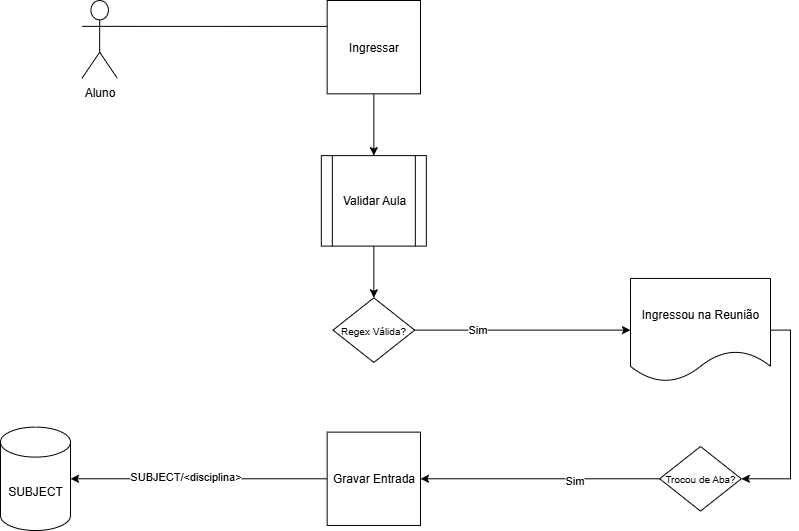
Before: figures/espeon/Monitoring.drawio.png, a diagram exported from draw.io (Manoel-Mieiro/tcc). Source tidied: cells renumbered, new cells last; positions are measured from the earlier drawing's top-left corner, leaving out a move shared by most shapes.
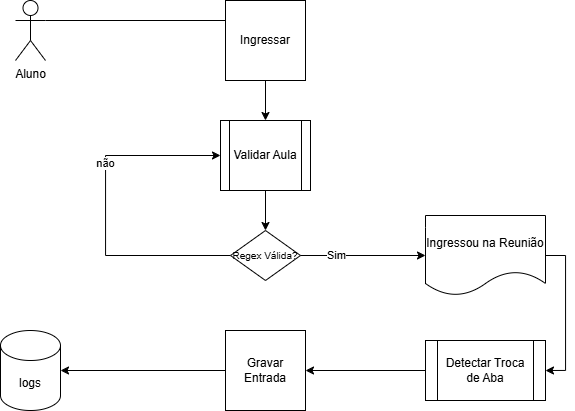
The same file after the commit.

Commit message:
fix: ajustando fluxos condicionais para a figura fig1. close #53

Change to the diagram source:
```diff
@@ -4,44 +4,52 @@
     <mxCell id="1" parent="0" />
     <mxCell id="2" style="edgeStyle=orthogonalEdgeStyle;rounded=0;jettySize=auto;html=1;exitX=1;exitY=0.3333333333333333;exitDx=0;exitDy=0;exitPerimeter=0;entryX=0.5;entryY=0;entryDx=0;entryDy=0;" parent="1" edge="1" source="3">
       <mxGeometry relative="1" as="geometry">
-        <mxPoint x="373.3" y="25.9" as="targetPoint" />
+        <mxPoint x="410" y="110" as="targetPoint" />
       </mxGeometry>
     </mxCell>
     <mxCell id="3" value="Aluno" style="shape=umlActor;verticalLabelPosition=bottom;verticalAlign=top;html=1;outlineConnect=0;" parent="1" vertex="1">
-      <mxGeometry x="81.7" width="35" height="77.6" as="geometry" />
+      <mxGeometry x="160" y="90" width="30" height="60" as="geometry" />
     </mxCell>
-    <mxCell id="4" value="SUBJECT" style="shape=cylinder3;whiteSpace=wrap;html=1;boundedLbl=1;backgroundOutline=1;size=15;" parent="1" vertex="1">
-      <mxGeometry y="426.6" width="70" height="103.4" as="geometry" />
+    <mxCell id="4" value="logs" style="shape=cylinder3;whiteSpace=wrap;html=1;boundedLbl=1;backgroundOutline=1;size=15;" parent="1" vertex="1">
+      <mxGeometry x="145" y="420" width="60" height="80" as="geometry" />
     </mxCell>
+    <mxCell id="20" style="edgeStyle=orthogonalEdgeStyle;rounded=0;jettySize=auto;html=1;exitX=0;exitY=0.5;exitDx=0;exitDy=0;entryX=0;entryY=0.5;entryDx=0;entryDy=0;" parent="1" edge="1" source="5" target="9">
+      <mxGeometry relative="1" as="geometry">
+        <Array as="points">
+          <mxPoint x="250" y="345" />
+          <mxPoint x="250" y="245" />
+        </Array>
+      </mxGeometry>
+    </mxCell>
+    <mxCell id="21" value="não" style="edgeLabel;html=1;align=center;verticalAlign=middle;" parent="20" vertex="1">
+      <mxGeometry x="0.28" y="1" relative="1" as="geometry" />
+    </mxCell>
     <mxCell id="5" value="&lt;font style=&quot;font-size: 10px;&quot;&gt;Regex Válida?&lt;/font&gt;" style="rhombus;whiteSpace=wrap;html=1;" parent="1" vertex="1">
-      <mxGeometry x="332.5" y="297.3" width="81.7" height="64.6" as="geometry" />
+      <mxGeometry x="375" y="320" width="70" height="50" as="geometry" />
     </mxCell>
     <mxCell id="6" style="edgeStyle=orthogonalEdgeStyle;rounded=0;jettySize=auto;html=1;exitX=0.5;exitY=1;exitDx=0;exitDy=0;" parent="1" edge="1" source="7" target="9">
       <mxGeometry relative="1" as="geometry" />
     </mxCell>
     <mxCell id="7" value="Ingressar" style="whiteSpace=wrap;html=1;" parent="1" vertex="1">
-      <mxGeometry x="326.7" width="93.3" height="93.3" as="geometry" />
+      <mxGeometry x="370" y="90" width="80" height="80" as="geometry" />
     </mxCell>
     <mxCell id="8" style="edgeStyle=orthogonalEdgeStyle;rounded=0;jettySize=auto;html=1;exitX=0.5;exitY=1;exitDx=0;exitDy=0;entryX=0.5;entryY=0;entryDx=0;entryDy=0;" parent="1" edge="1" source="9" target="5">
       <mxGeometry relative="1" as="geometry" />
     </mxCell>
     <mxCell id="9" value="Validar Aula" style="shape=process;whiteSpace=wrap;html=1;backgroundOutline=1;" parent="1" vertex="1">
-      <mxGeometry x="320.8" y="155.1" width="105" height="90.5" as="geometry" />
+      <mxGeometry x="365" y="210" width="90" height="70" as="geometry" />
     </mxCell>
     <mxCell id="10" style="edgeStyle=orthogonalEdgeStyle;rounded=0;jettySize=auto;html=1;exitX=0;exitY=0.5;exitDx=0;exitDy=0;" parent="1" edge="1" source="12" target="4">
       <mxGeometry relative="1" as="geometry" />
     </mxCell>
-    <mxCell id="11" value="SUBJECT/&amp;lt;disciplina&amp;gt;" style="edgeLabel;html=1;align=center;verticalAlign=middle;" parent="10" vertex="1">
-      <mxGeometry x="0.11" y="-3" relative="1" as="geometry" />
-    </mxCell>
     <mxCell id="12" value="Gravar Entrada" style="whiteSpace=wrap;html=1;" parent="1" vertex="1">
-      <mxGeometry x="326.7" y="431.6" width="93.3" height="93.3" as="geometry" />
+      <mxGeometry x="370" y="420" width="80" height="80" as="geometry" />
     </mxCell>
-    <mxCell id="13" style="edgeStyle=orthogonalEdgeStyle;rounded=0;jettySize=auto;html=1;exitX=1;exitY=0.5;exitDx=0;exitDy=0;entryX=1;entryY=0.5;entryDx=0;entryDy=0;" parent="1" edge="1" source="14" target="19">
+    <mxCell id="13" style="edgeStyle=orthogonalEdgeStyle;rounded=0;jettySize=auto;html=1;exitX=1;exitY=0.5;exitDx=0;exitDy=0;entryX=1;entryY=0.5;entryDx=0;entryDy=0;" parent="1" edge="1" source="14" target="22">
       <mxGeometry relative="1" as="geometry" />
     </mxCell>
     <mxCell id="14" value="Ingressou na Reunião" style="shape=document;whiteSpace=wrap;html=1;boundedLbl=1;" parent="1" vertex="1">
-      <mxGeometry x="630" y="277.9" width="140" height="103.4" as="geometry" />
+      <mxGeometry x="570" y="305" width="120" height="80" as="geometry" />
     </mxCell>
     <mxCell id="15" style="edgeStyle=orthogonalEdgeStyle;rounded=0;jettySize=auto;html=1;exitX=1;exitY=0.5;exitDx=0;exitDy=0;entryX=0;entryY=0.5;entryDx=0;entryDy=0;" parent="1" edge="1" source="5" target="14">
       <mxGeometry relative="1" as="geometry" />
@@ -49,14 +57,11 @@
     <mxCell id="16" value="Sim" style="edgeLabel;html=1;align=center;verticalAlign=middle;" parent="15" vertex="1">
       <mxGeometry x="-0.43" y="1" relative="1" as="geometry" />
     </mxCell>
-    <mxCell id="17" style="edgeStyle=orthogonalEdgeStyle;rounded=0;jettySize=auto;html=1;exitX=0;exitY=0.5;exitDx=0;exitDy=0;entryX=1;entryY=0.5;entryDx=0;entryDy=0;" parent="1" edge="1" source="19" target="12">
+    <mxCell id="17" style="edgeStyle=orthogonalEdgeStyle;rounded=0;jettySize=auto;html=1;exitX=0;exitY=0.5;exitDx=0;exitDy=0;entryX=1;entryY=0.5;entryDx=0;entryDy=0;" parent="1" edge="1" source="22" target="12">
       <mxGeometry relative="1" as="geometry" />
     </mxCell>
-    <mxCell id="18" value="Sim" style="edgeLabel;html=1;align=center;verticalAlign=middle;" parent="17" vertex="1">
-      <mxGeometry x="-0.28" y="1" relative="1" as="geometry" />
-    </mxCell>
-    <mxCell id="19" value="&lt;font style=&quot;font-size: 10px;&quot;&gt;Trocou de Aba?&lt;/font&gt;" style="rhombus;whiteSpace=wrap;html=1;" parent="1" vertex="1">
-      <mxGeometry x="659.2" y="446" width="81.7" height="64.6" as="geometry" />
-    </mxCell>
+    <mxCell id="22" value="Detectar Troca de Aba" style="shape=process;whiteSpace=wrap;html=1;backgroundOutline=1;" parent="1" vertex="1">
+      <mxGeometry x="570" y="430" width="120" height="60" as="geometry" />
+    </mxCell>
   </root>
 </mxGraphModel>
```
